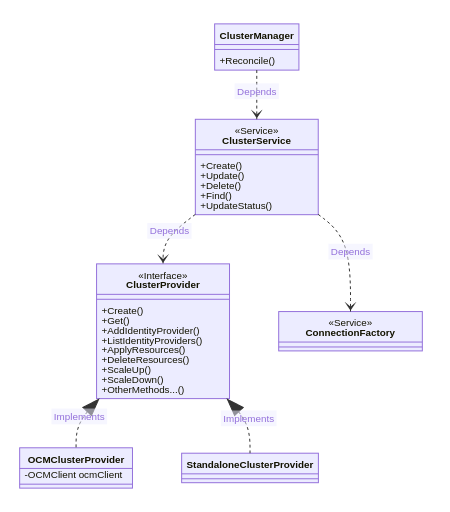
Above: docs/images/cluster-management-abstraction.png in bf2fc6cc711aee1a0c2a/kas-fleet-manager (Mermaid), before the change. Its source is kept beside it as docs/mermaid-diagrams-source/cluster-management-abstraction.mmd.
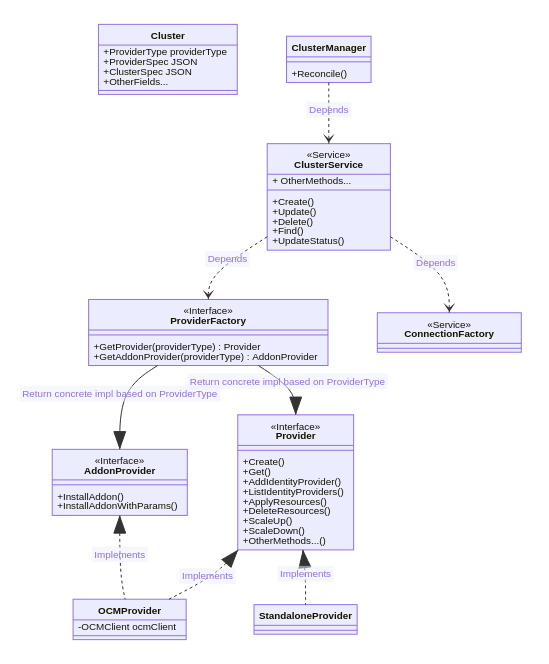
After the change.

Commit message:
doc: update doc for cluster management

Diff of the diagram source:
```diff
@@ -1,6 +1,12 @@
 classDiagram
+  class Cluster {
+      +ProviderType providerType
+      +ProviderSpec JSON
+      +ClusterSpec JSON
+      +OtherFields...
+  }
 
-  class ClusterProvider {
+  class Provider {
       <<Interface>>
       + Create()
       + Get()
@@ -12,12 +18,26 @@
       + ScaleDown()
       + OtherMethods...()
   }
-  class OCMClusterProvider{
+
+  class AddonProvider {
+      <<Interface>>
+      + InstallAddon()
+      + InstallAddonWithParams()
+  }
+
+  class ProviderFactory {
+      <<Interface>>
+      +GetProvider(providerType) Provider
+      +GetAddonProvider(providerType) AddonProvider
+  }
+
+  class OCMProvider{
       -OCMClient ocmClient
   }
-  class StandaloneClusterProvider {
+  class StandaloneProvider {
 
   }
+
   class ConnectionFactory {
       <<Service>>
   }
@@ -29,14 +49,18 @@
       + Delete()
       + Find()
       + UpdateStatus()
+      + OtherMethods...
   }
 
   class ClusterManager {
       + Reconcile()
   }
 
-  ClusterProvider <|.. OCMClusterProvider: Implements
-  ClusterProvider <|.. StandaloneClusterProvider: Implements
-  ClusterService ..> ClusterProvider: Depends
+  Provider <|.. OCMProvider: Implements
+  Provider <|.. StandaloneProvider: Implements
+  AddonProvider <|.. OCMProvider: Implements
+  ProviderFactory --|> Provider: Return concrete impl based on ProviderType
+  ProviderFactory --|> AddonProvider: Return concrete impl based on ProviderType
+  ClusterService ..> ProviderFactory: Depends
   ClusterService ..> ConnectionFactory: Depends
   ClusterManager ..> ClusterService: Depends
```
